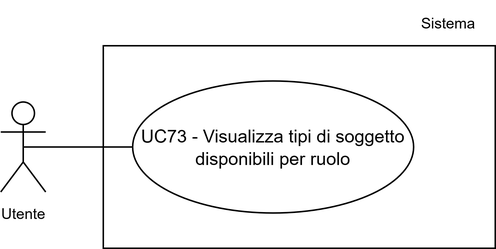
This is assets/uml/UC73.png from 7-ZPUs/Docs, a draw.io export, as it was before one commit. Source tidied: cells renumbered, new cells last; positions are measured from the earlier drawing's top-left corner, leaving out a move shared by most shapes.
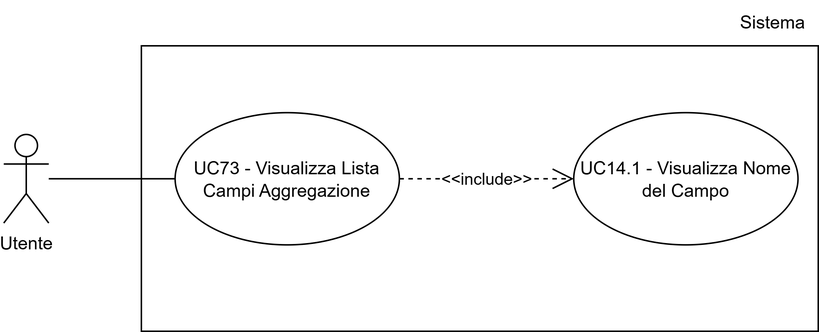
After the commit.

The edit, as a diff of the source:
```diff
@@ -3,19 +3,25 @@
     <mxCell id="0" />
     <mxCell id="1" parent="0" />
     <mxCell id="2" style="whiteSpace=wrap;html=1;" parent="1" vertex="1">
-      <mxGeometry x="68.4" y="30" width="261.6" height="135" as="geometry" />
+      <mxGeometry x="1091.8" y="-6510" width="451.2" height="190" as="geometry" />
     </mxCell>
-    <mxCell id="3" style="edgeStyle=orthogonalEdgeStyle;rounded=0;jettySize=auto;html=1;exitX=0.5;exitY=0.5;exitDx=0;exitDy=0;exitPerimeter=0;endArrow=none;endFill=0;" parent="1" edge="1" source="4" target="5">
-      <mxGeometry relative="1" as="geometry" />
+    <mxCell id="3" value="&lt;div&gt;UC73 - Visualizza Lista Campi Aggregazione&lt;/div&gt;" style="ellipse;whiteSpace=wrap;html=1;" parent="1" vertex="1">
+      <mxGeometry x="1114.2" y="-6465.5" width="149.5" height="88" as="geometry" />
     </mxCell>
-    <mxCell id="4" value="&lt;font style=&quot;font-size: 10px;&quot;&gt;Utente&lt;/font&gt;" style="shape=umlActor;verticalLabelPosition=bottom;verticalAlign=top;html=1;outlineConnect=0;" parent="1" vertex="1">
-      <mxGeometry y="67.5" width="30" height="60" as="geometry" />
+    <mxCell id="4" value="&lt;div&gt;UC14.1 - Visualizza Nome del Campo&lt;/div&gt;" style="ellipse;whiteSpace=wrap;html=1;" parent="1" vertex="1">
+      <mxGeometry x="1380" y="-6465.5" width="149.5" height="88" as="geometry" />
     </mxCell>
-    <mxCell id="5" value="UC73 - Visualizza tipi di soggetto disponibili per ruolo" style="ellipse;whiteSpace=wrap;html=1;" parent="1" vertex="1">
-      <mxGeometry x="88" y="53.5" width="187.5" height="88" as="geometry" />
+    <mxCell id="5" value="&amp;lt;&amp;lt;include&amp;gt;&amp;gt;" style="endArrow=open;endSize=12;dashed=1;html=1;rounded=0;" parent="1" edge="1" source="3" target="4">
+      <mxGeometry relative="1" as="geometry" />
     </mxCell>
-    <mxCell id="6" value="Sistema" style="text;html=1;whiteSpace=wrap;strokeColor=none;fillColor=none;align=center;verticalAlign=middle;rounded=0;fontSize=10;" parent="1" vertex="1">
-      <mxGeometry x="268.8" width="60" height="30" as="geometry" />
+    <mxCell id="6" style="edgeStyle=orthogonalEdgeStyle;rounded=0;jettySize=auto;html=1;endArrow=none;endFill=0;" parent="1" edge="1" source="7" target="3">
+      <mxGeometry relative="1" as="geometry" />
     </mxCell>
+    <mxCell id="7" value="Utente" style="shape=umlActor;verticalLabelPosition=bottom;verticalAlign=top;html=1;outlineConnect=0;" parent="1" vertex="1">
+      <mxGeometry x="1000" y="-6451" width="30" height="59" as="geometry" />
+    </mxCell>
+    <mxCell id="8" value="&lt;font style=&quot;font-size: 12px;&quot;&gt;Sistema&lt;/font&gt;" style="text;html=1;whiteSpace=wrap;strokeColor=none;fillColor=none;align=center;verticalAlign=middle;rounded=0;fontSize=10;" parent="1" vertex="1">
+      <mxGeometry x="1483" y="-6540" width="60" height="30" as="geometry" />
+    </mxCell>
   </root>
 </mxGraphModel>
```
